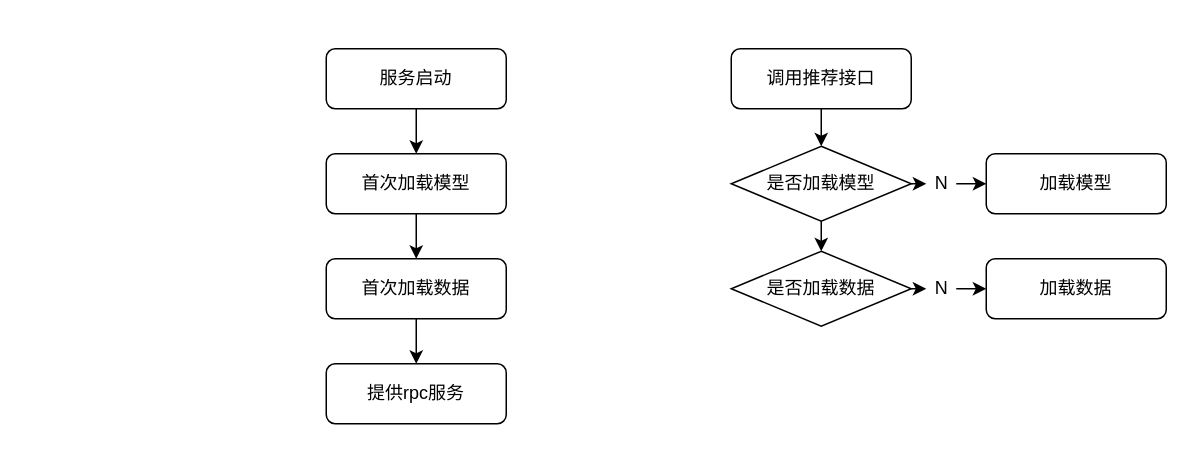
Above: 掌通家园-信息流推荐-排序服务流程图.drawio in wangjie5540/drawio (draw.io), before the change. Source tidied: cells renumbered, new cells numbered last; positions are measured from the earlier drawing's top-left corner, leaving out a move shared by most shapes. Both pictures are drawn from the tidied source at 150%, with x=0, y=0 at pixel (326, 48).
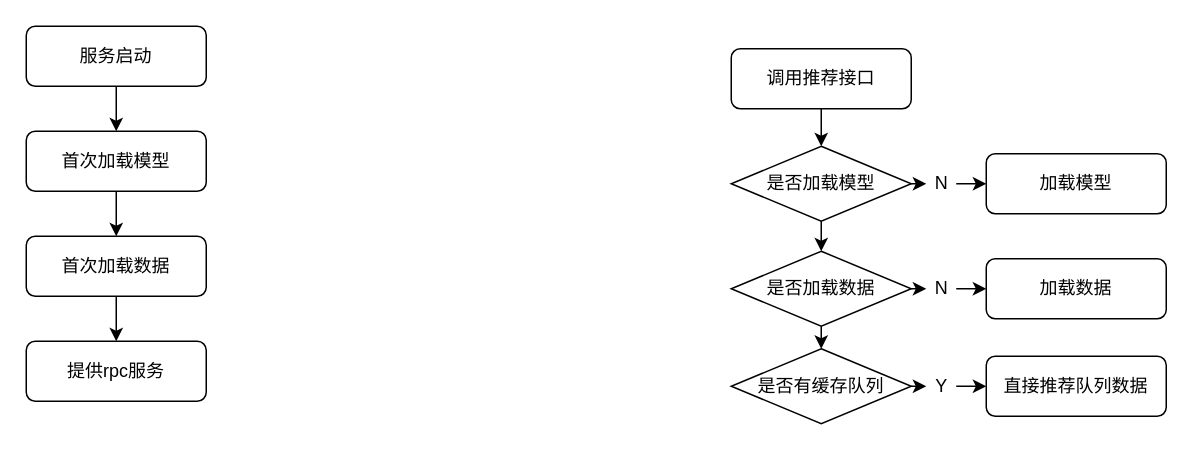
Above is the later version.

Commit message (it also covers changes not shown here):
更新掌通家园-信息流推荐-排序服务流程图.drawio

The change refers to these unchanged cells:
```xml
<mxCell id="18" value="是否加载数据" style="rhombus;whiteSpace=wrap;html=1;" parent="1" vertex="1">
  <mxGeometry x="270" y="135" width="120" height="50" as="geometry" />
</mxCell>
```

What changed in the source:
```diff
@@
     <mxCell id="3" value="服务启动" style="rounded=1;whiteSpace=wrap;html=1;fontSize=12;glass=0;strokeWidth=1;shadow=0;" parent="1" vertex="1">
-      <mxGeometry width="120" height="40" as="geometry" />
+      <mxGeometry x="-200" y="-15" width="120" height="40" as="geometry" />
     </mxCell>
@@
     <mxCell id="5" value="首次加载模型" style="rounded=1;whiteSpace=wrap;html=1;fontSize=12;glass=0;strokeWidth=1;shadow=0;" parent="1" vertex="1">
-      <mxGeometry y="70" width="120" height="40" as="geometry" />
+      <mxGeometry x="-200" y="55" width="120" height="40" as="geometry" />
     </mxCell>
@@
     <mxCell id="7" value="首次加载数据" style="rounded=1;whiteSpace=wrap;html=1;fontSize=12;glass=0;strokeWidth=1;shadow=0;" parent="1" vertex="1">
-      <mxGeometry y="140" width="120" height="40" as="geometry" />
+      <mxGeometry x="-200" y="125" width="120" height="40" as="geometry" />
     </mxCell>
     <mxCell id="8" value="提供rpc服务" style="rounded=1;whiteSpace=wrap;html=1;fontSize=12;glass=0;strokeWidth=1;shadow=0;" parent="1" vertex="1">
-      <mxGeometry y="210" width="120" height="40" as="geometry" />
+      <mxGeometry x="-200" y="195" width="120" height="40" as="geometry" />
     </mxCell>
@@
+    <mxCell id="22" style="edgeStyle=orthogonalEdgeStyle;rounded=0;jettySize=auto;html=1;exitX=0.5;exitY=1;exitDx=0;exitDy=0;entryX=0.5;entryY=0;entryDx=0;entryDy=0;" parent="1" edge="1" source="18" target="24">
+      <mxGeometry relative="1" as="geometry" />
+    </mxCell>
@@
+    <mxCell id="23" style="edgeStyle=orthogonalEdgeStyle;rounded=0;jettySize=auto;html=1;exitX=1;exitY=0.5;exitDx=0;exitDy=0;entryX=0;entryY=0.5;entryDx=0;entryDy=0;" parent="1" edge="1" source="26" target="25">
+      <mxGeometry relative="1" as="geometry" />
+    </mxCell>
+    <mxCell id="24" value="是否有缓存队列" style="rhombus;whiteSpace=wrap;html=1;" parent="1" vertex="1">
+      <mxGeometry x="270" y="200" width="120" height="50" as="geometry" />
+    </mxCell>
+    <mxCell id="25" value="直接推荐队列数据" style="rounded=1;whiteSpace=wrap;html=1;fontSize=12;glass=0;strokeWidth=1;shadow=0;" parent="1" vertex="1">
+      <mxGeometry x="440" y="205" width="120" height="40" as="geometry" />
+    </mxCell>
+    <mxCell id="26" value="Y" style="text;html=1;align=center;verticalAlign=middle;points=[];" parent="1" vertex="1">
+      <mxGeometry x="400" y="215" width="20" height="20" as="geometry" />
+    </mxCell>
+    <mxCell id="27" style="edgeStyle=orthogonalEdgeStyle;rounded=0;jettySize=auto;html=1;exitX=1;exitY=0.5;exitDx=0;exitDy=0;entryX=0;entryY=0.5;entryDx=0;entryDy=0;" parent="1" edge="1" source="24" target="26">
+      <mxGeometry relative="1" as="geometry" />
+    </mxCell>
```
